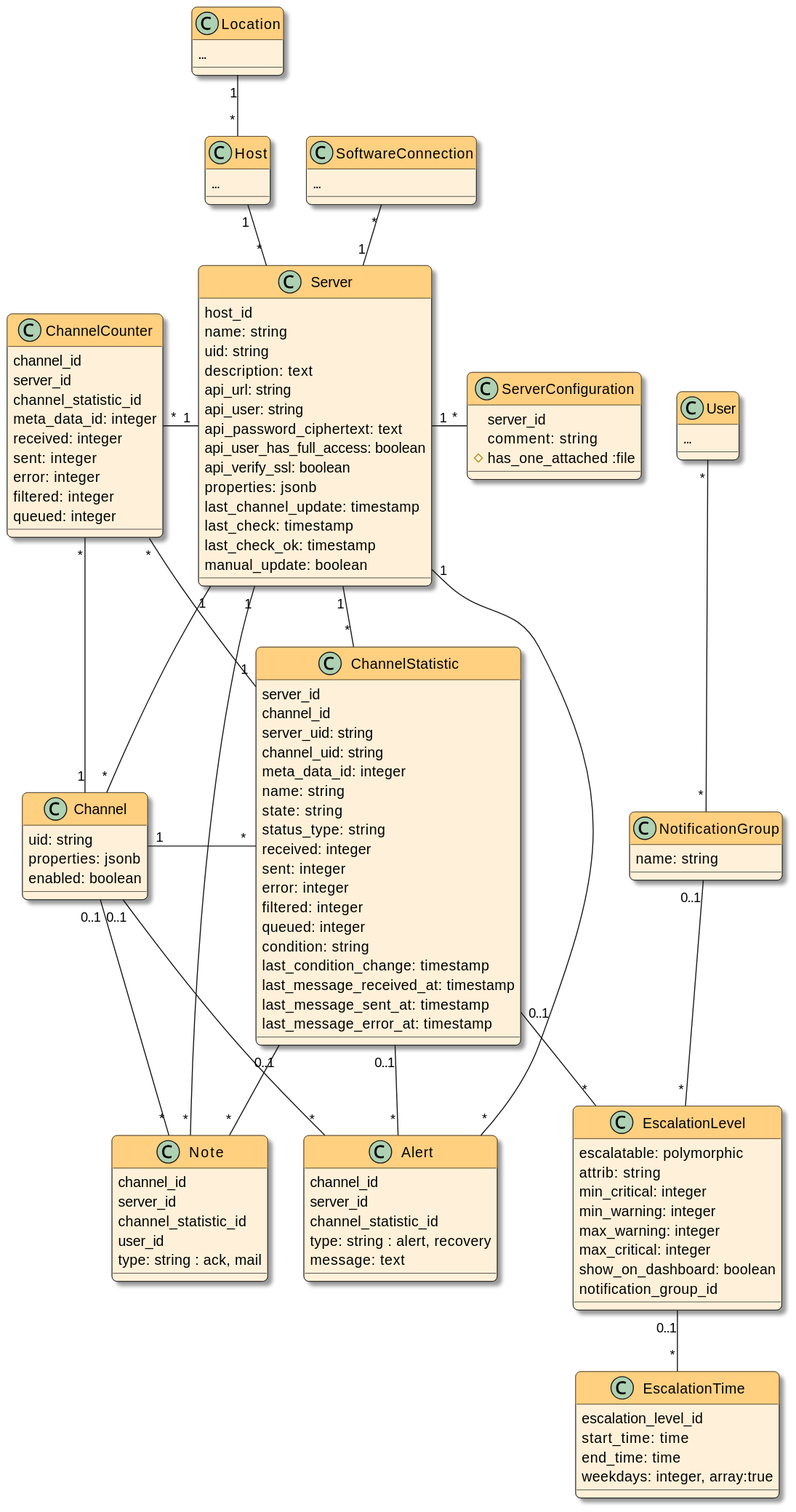
The PlantUML diagram docsrc/devnotes/modules/ROOT/images/models.svg in swobspace/mirco, before a commit.
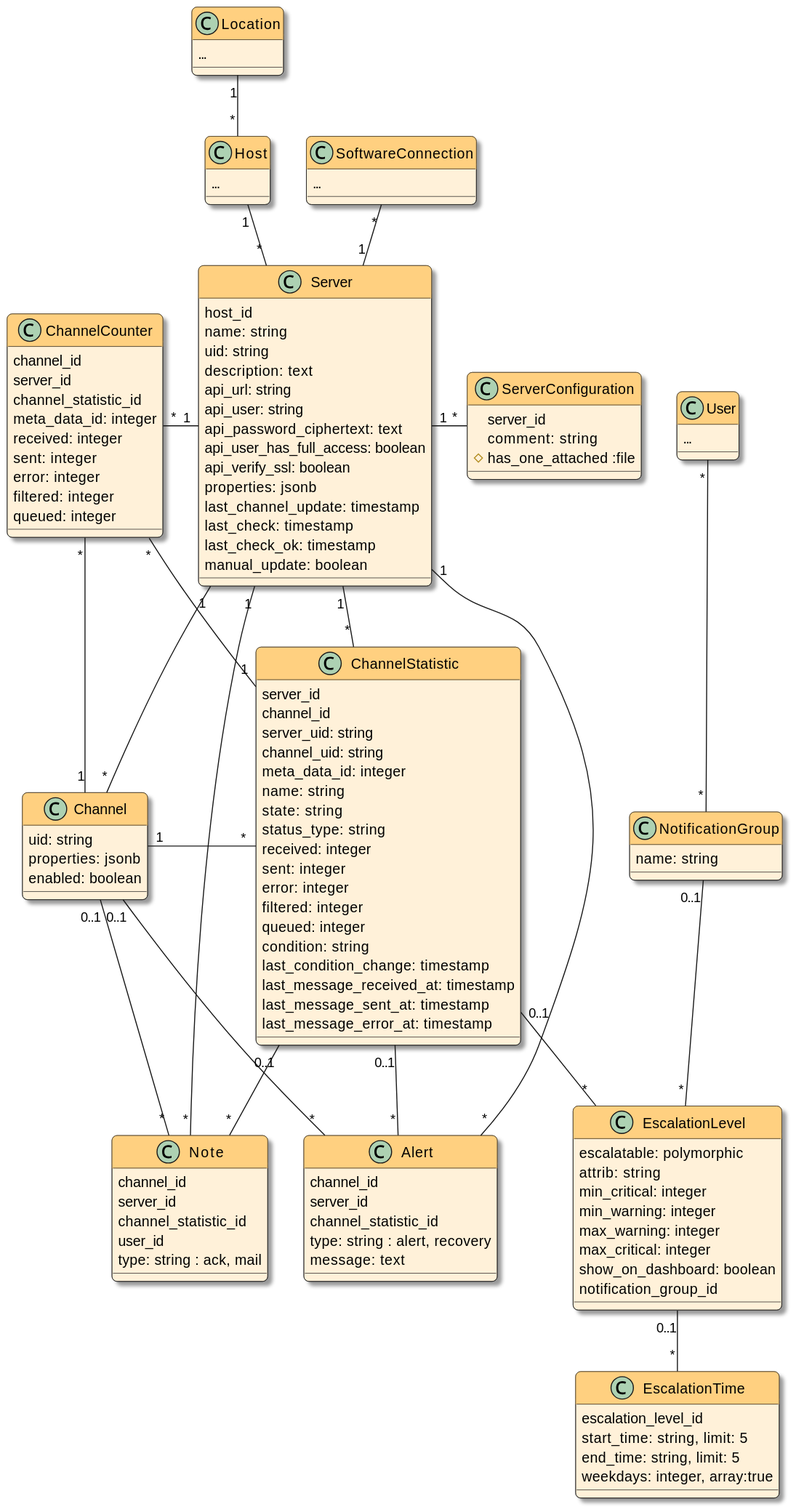
After the change.

The edit, as a diff of the source:
```diff
@@ -108,8 +108,8 @@
 
 class EscalationTime {
   escalation_level_id
-  start_time: time
-  end_time: time
+  start_time: string, limit: 5
+  end_time: string, limit: 5
   weekdays: integer, array:true
 }
 
```
